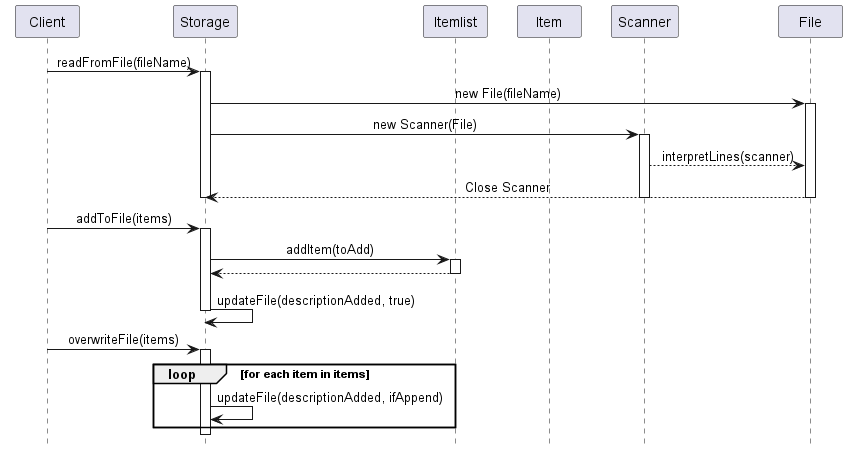
Before: docs/Diagrams/Images/Storage/Storage_sequenceDiagram.png, a diagram exported from PlantUML (LowTL/tp).
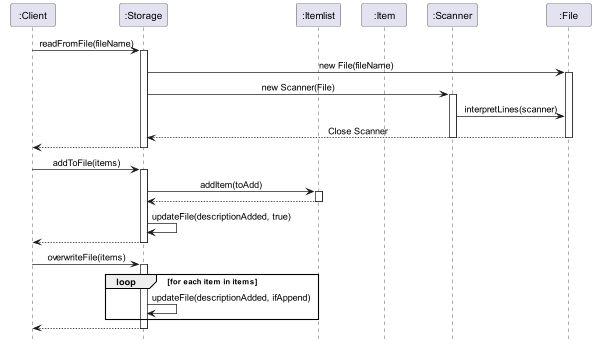
Above is the later version.

The edit, as a diff of the source:
```diff
@@ -1,37 +1,40 @@
 @startuml
 !include ../Style.puml
-participant Client
-participant Storage
-participant Itemlist
-participant Item
-participant Scanner
-participant File
+participant ":Client"
+participant ":Storage"
+participant ":Itemlist"
+participant ":Item"
+participant ":Scanner"
+participant ":File"
 
-Client -> Storage: readFromFile(fileName)
-activate Storage
-Storage -> File: new File(fileName)
-activate File
-Storage -> Scanner: new Scanner(File)
-activate Scanner
-Scanner --> File: interpretLines(scanner)
-File --> Storage: Close Scanner
-deactivate Scanner
-deactivate File
-deactivate Storage
+":Client" -> ":Storage": readFromFile(fileName)
+activate ":Storage"
+":Storage" -> ":File": new File(fileName)
+activate ":File"
+":Storage" -> ":Scanner": new Scanner(File)
+activate ":Scanner"
+":Scanner" -> ":File": interpretLines(scanner)
+":File" --> ":Storage": Close Scanner
+deactivate ":Scanner"
+deactivate ":File"
+":Storage" --> ":Client"
+deactivate ":Storage"
 
-Client -> Storage: addToFile(items)
-activate Storage
-Storage -> Itemlist: addItem(toAdd)
-activate Itemlist
-Itemlist --> Storage
-deactivate Itemlist
-Storage -> Storage: updateFile(descriptionAdded, true)
-deactivate Storage
+":Client" -> ":Storage": addToFile(items)
+activate ":Storage"
+":Storage" -> ":Itemlist": addItem(toAdd)
+activate ":Itemlist"
+":Itemlist" --> ":Storage"
+deactivate ":Itemlist"
+":Storage" -> ":Storage": updateFile(descriptionAdded, true)
+":Storage" --> ":Client"
+deactivate ":Storage"
 
-Client -> Storage: overwriteFile(items)
-activate Storage
+":Client" -> ":Storage": overwriteFile(items)
+activate ":Storage"
 loop for each item in items
-    Storage -> Storage: updateFile(descriptionAdded, ifAppend)
+    ":Storage" -> ":Storage": updateFile(descriptionAdded, ifAppend)
 end
-deactivate Storage
+":Storage" --> ":Client"
+deactivate ":Storage"
 @enduml
```
